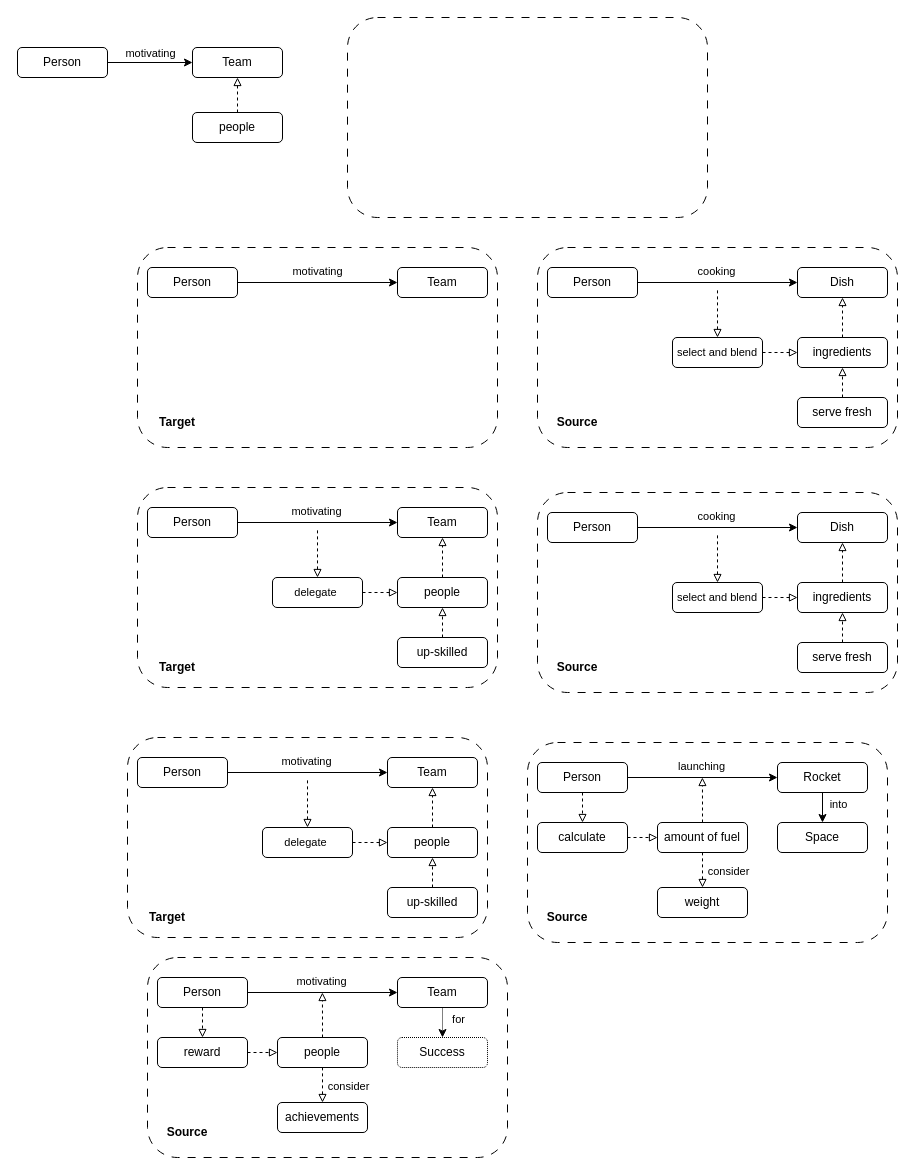
andymakesapps/diagrams keeps this draw.io diagram as KBAI_H3.drawio. Above is the earlier version. Source tidied: cells renumbered, new cells numbered last; positions are measured from the earlier drawing's top-left corner, leaving out a move shared by most shapes. Both pictures are drawn from the tidied source at 100%, with x=0, y=0 at pixel (17, 17).
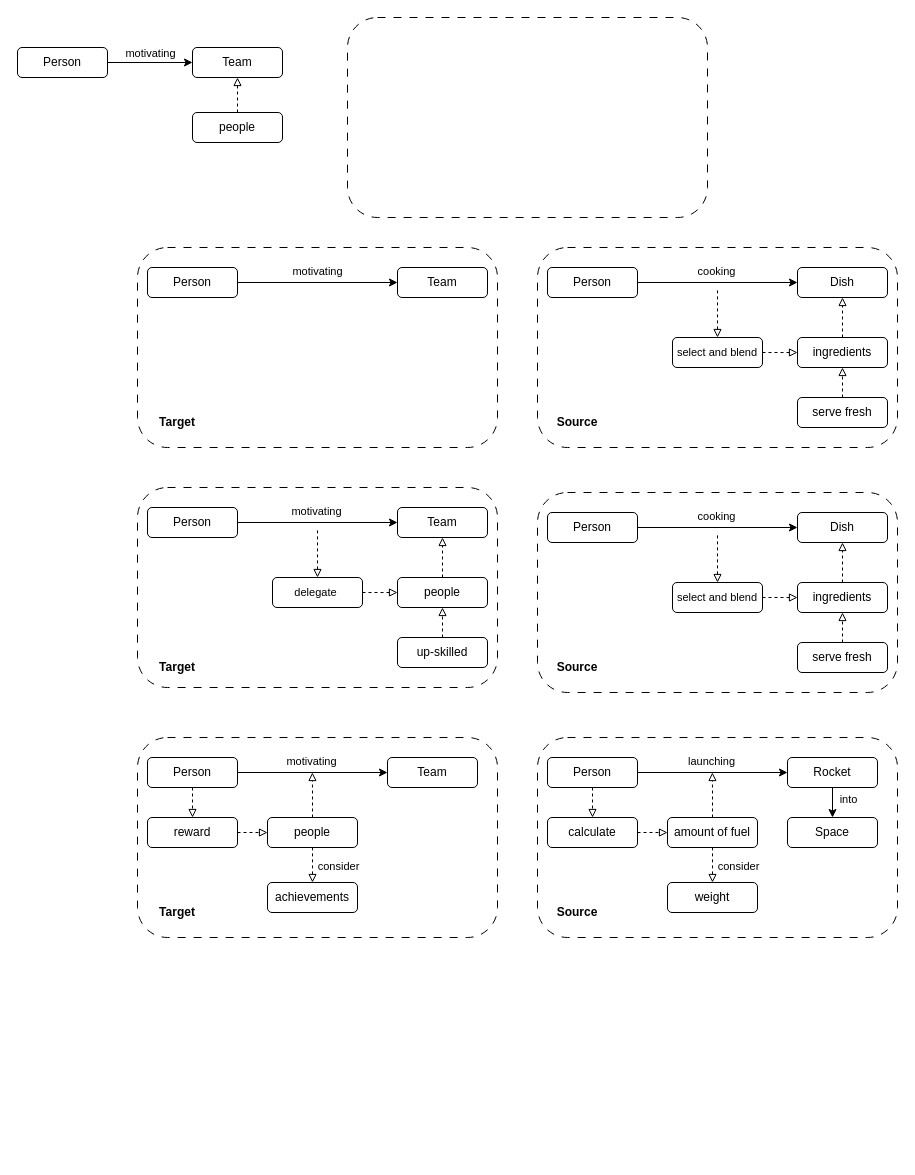
After the change.

Change to the diagram source:
```diff
@@
-    <mxCell id="49" style="rounded=1;whiteSpace=wrap;html=1;fillColor=none;dashed=1;strokeColor=default;dashPattern=8 8;" parent="1" vertex="1">
-      <mxGeometry x="110" y="720" width="360" height="200" as="geometry" />
-    </mxCell>
-    <mxCell id="50" value="motivating" style="edgeStyle=orthogonalEdgeStyle;rounded=0;jettySize=auto;html=1;exitX=1;exitY=0.5;exitDx=0;exitDy=0;entryX=0;entryY=0.5;entryDx=0;entryDy=0;" parent="1" edge="1" source="51" target="52">
-      <mxGeometry x="-0.01" y="11" relative="1" as="geometry" />
-    </mxCell>
-    <mxCell id="51" value="Person" style="rounded=1;whiteSpace=wrap;html=1;" parent="1" vertex="1">
-      <mxGeometry x="120" y="740" width="90" height="30" as="geometry" />
-    </mxCell>
-    <mxCell id="52" value="Team" style="rounded=1;whiteSpace=wrap;html=1;" parent="1" vertex="1">
-      <mxGeometry x="370" y="740" width="90" height="30" as="geometry" />
-    </mxCell>
-    <mxCell id="53" style="edgeStyle=orthogonalEdgeStyle;rounded=0;jettySize=auto;html=1;exitX=0.5;exitY=0;exitDx=0;exitDy=0;entryX=0.5;entryY=1;entryDx=0;entryDy=0;dashed=1;endArrow=block;endFill=0;" parent="1" edge="1" source="54" target="52">
-      <mxGeometry relative="1" as="geometry" />
-    </mxCell>
-    <mxCell id="54" value="people" style="rounded=1;whiteSpace=wrap;html=1;" parent="1" vertex="1">
-      <mxGeometry x="370" y="810" width="90" height="30" as="geometry" />
-    </mxCell>
-    <mxCell id="55" style="edgeStyle=orthogonalEdgeStyle;rounded=0;jettySize=auto;html=1;exitX=0.5;exitY=0;exitDx=0;exitDy=0;startArrow=block;startFill=0;endArrow=none;endFill=0;dashed=1;" parent="1" edge="1" source="57">
-      <mxGeometry relative="1" as="geometry">
-        <mxPoint x="290" y="760" as="targetPoint" />
-      </mxGeometry>
-    </mxCell>
-    <mxCell id="56" style="edgeStyle=orthogonalEdgeStyle;rounded=0;jettySize=auto;html=1;exitX=1;exitY=0.5;exitDx=0;exitDy=0;entryX=0;entryY=0.5;entryDx=0;entryDy=0;endArrow=block;endFill=0;dashed=1;" parent="1" edge="1" source="57" target="54">
-      <mxGeometry relative="1" as="geometry" />
-    </mxCell>
-    <mxCell id="57" value="&lt;font style=&quot;font-size: 11px;&quot;&gt;delegate&amp;nbsp;&lt;/font&gt;" style="rounded=1;whiteSpace=wrap;html=1;" parent="1" vertex="1">
-      <mxGeometry x="245" y="810" width="90" height="30" as="geometry" />
-    </mxCell>
-    <mxCell id="58" style="edgeStyle=orthogonalEdgeStyle;rounded=0;jettySize=auto;html=1;exitX=0.5;exitY=0;exitDx=0;exitDy=0;dashed=1;endArrow=block;endFill=0;entryX=0.5;entryY=1;entryDx=0;entryDy=0;" parent="1" edge="1" source="59" target="54">
-      <mxGeometry relative="1" as="geometry" />
-    </mxCell>
-    <mxCell id="59" value="up-skilled" style="rounded=1;whiteSpace=wrap;html=1;" parent="1" vertex="1">
-      <mxGeometry x="370" y="870" width="90" height="30" as="geometry" />
-    </mxCell>
     <mxCell id="60" style="rounded=1;whiteSpace=wrap;html=1;fillColor=none;dashed=1;strokeColor=default;dashPattern=8 8;" parent="1" vertex="1">
-      <mxGeometry x="510" y="725" width="360" height="200" as="geometry" />
+      <mxGeometry x="520" y="720" width="360" height="200" as="geometry" />
     </mxCell>
@@
     <mxCell id="63" value="Person" style="rounded=1;whiteSpace=wrap;html=1;" parent="1" vertex="1">
-      <mxGeometry x="520" y="745" width="90" height="30" as="geometry" />
+      <mxGeometry x="530" y="740" width="90" height="30" as="geometry" />
     </mxCell>
@@
     <mxCell id="66" value="Rocket" style="rounded=1;whiteSpace=wrap;html=1;" parent="1" vertex="1">
-      <mxGeometry x="760" y="745" width="90" height="30" as="geometry" />
+      <mxGeometry x="770" y="740" width="90" height="30" as="geometry" />
     </mxCell>
     <mxCell id="67" value="&lt;b&gt;Source&lt;/b&gt;" style="text;html=1;strokeColor=none;fillColor=none;align=center;verticalAlign=middle;whiteSpace=wrap;rounded=0;" parent="1" vertex="1">
-      <mxGeometry x="520" y="885" width="60" height="30" as="geometry" />
+      <mxGeometry x="530" y="880" width="60" height="30" as="geometry" />
     </mxCell>
-    <mxCell id="68" value="&lt;b&gt;Target&lt;/b&gt;" style="text;html=1;strokeColor=none;fillColor=none;align=center;verticalAlign=middle;whiteSpace=wrap;rounded=0;" parent="1" vertex="1">
-      <mxGeometry x="120" y="885" width="60" height="30" as="geometry" />
-    </mxCell>
     <mxCell id="69" value="Space" style="rounded=1;whiteSpace=wrap;html=1;" parent="1" vertex="1">
-      <mxGeometry x="760" y="805" width="90" height="30" as="geometry" />
+      <mxGeometry x="770" y="800" width="90" height="30" as="geometry" />
     </mxCell>
@@
     <mxCell id="71" value="calculate" style="rounded=1;whiteSpace=wrap;html=1;" parent="1" vertex="1">
-      <mxGeometry x="520" y="805" width="90" height="30" as="geometry" />
+      <mxGeometry x="530" y="800" width="90" height="30" as="geometry" />
     </mxCell>
     <mxCell id="72" style="edgeStyle=orthogonalEdgeStyle;rounded=0;jettySize=auto;html=1;exitX=0.5;exitY=0;exitDx=0;exitDy=0;dashed=1;endArrow=block;endFill=0;" parent="1" edge="1" source="73">
       <mxGeometry relative="1" as="geometry">
-        <mxPoint x="684.9" y="760" as="targetPoint" />
+        <mxPoint x="694.9" y="755" as="targetPoint" />
       </mxGeometry>
     </mxCell>
     <mxCell id="73" value="amount of fuel" style="rounded=1;whiteSpace=wrap;html=1;" parent="1" vertex="1">
-      <mxGeometry x="640" y="805" width="90" height="30" as="geometry" />
+      <mxGeometry x="650" y="800" width="90" height="30" as="geometry" />
     </mxCell>
@@
     <mxCell id="76" value="weight" style="rounded=1;whiteSpace=wrap;html=1;" parent="1" vertex="1">
-      <mxGeometry x="640" y="870" width="90" height="30" as="geometry" />
+      <mxGeometry x="650" y="865" width="90" height="30" as="geometry" />
     </mxCell>
     <mxCell id="77" style="rounded=1;whiteSpace=wrap;html=1;fillColor=none;dashed=1;strokeColor=default;dashPattern=8 8;" parent="1" vertex="1">
-      <mxGeometry x="130" y="940" width="360" height="200" as="geometry" />
+      <mxGeometry x="120" y="720" width="360" height="200" as="geometry" />
     </mxCell>
@@
     <mxCell id="80" value="Person" style="rounded=1;whiteSpace=wrap;html=1;" parent="1" vertex="1">
-      <mxGeometry x="140" y="960" width="90" height="30" as="geometry" />
+      <mxGeometry x="130" y="740" width="90" height="30" as="geometry" />
     </mxCell>
-    <mxCell id="81" style="edgeStyle=orthogonalEdgeStyle;rounded=0;jettySize=auto;html=1;exitX=0.5;exitY=1;exitDx=0;exitDy=0;entryX=0.5;entryY=0;entryDx=0;entryDy=0;dashed=1;dashPattern=1 1;" parent="1" edge="1" source="83" target="85">
-      <mxGeometry relative="1" as="geometry" />
-    </mxCell>
-    <mxCell id="82" value="for" style="edgeLabel;html=1;align=center;verticalAlign=middle;" parent="81" vertex="1">
-      <mxGeometry x="-0.27" relative="1" as="geometry">
-        <mxPoint x="15" as="offset" />
-      </mxGeometry>
-    </mxCell>
     <mxCell id="83" value="Team" style="rounded=1;whiteSpace=wrap;html=1;" parent="1" vertex="1">
-      <mxGeometry x="380" y="960" width="90" height="30" as="geometry" />
+      <mxGeometry x="370" y="740" width="90" height="30" as="geometry" />
     </mxCell>
-    <mxCell id="84" value="&lt;b&gt;Source&lt;/b&gt;" style="text;html=1;strokeColor=none;fillColor=none;align=center;verticalAlign=middle;whiteSpace=wrap;rounded=0;" parent="1" vertex="1">
-      <mxGeometry x="140" y="1100" width="60" height="30" as="geometry" />
+    <mxCell id="84" value="&lt;b&gt;Target&lt;/b&gt;" style="text;html=1;strokeColor=none;fillColor=none;align=center;verticalAlign=middle;whiteSpace=wrap;rounded=0;" parent="1" vertex="1">
+      <mxGeometry x="130" y="880" width="60" height="30" as="geometry" />
     </mxCell>
-    <mxCell id="85" value="Success" style="rounded=1;whiteSpace=wrap;html=1;dashed=1;dashPattern=1 1;" parent="1" vertex="1">
-      <mxGeometry x="380" y="1020" width="90" height="30" as="geometry" />
-    </mxCell>
@@
     <mxCell id="87" value="reward" style="rounded=1;whiteSpace=wrap;html=1;" parent="1" vertex="1">
-      <mxGeometry x="140" y="1020" width="90" height="30" as="geometry" />
+      <mxGeometry x="130" y="800" width="90" height="30" as="geometry" />
     </mxCell>
     <mxCell id="88" style="edgeStyle=orthogonalEdgeStyle;rounded=0;jettySize=auto;html=1;exitX=0.5;exitY=0;exitDx=0;exitDy=0;dashed=1;endArrow=block;endFill=0;" parent="1" edge="1" source="89">
       <mxGeometry relative="1" as="geometry">
-        <mxPoint x="304.9" y="975" as="targetPoint" />
+        <mxPoint x="294.9" y="755" as="targetPoint" />
       </mxGeometry>
     </mxCell>
     <mxCell id="89" value="people" style="rounded=1;whiteSpace=wrap;html=1;" parent="1" vertex="1">
-      <mxGeometry x="260" y="1020" width="90" height="30" as="geometry" />
+      <mxGeometry x="250" y="800" width="90" height="30" as="geometry" />
     </mxCell>
@@
     <mxCell id="92" value="achievements" style="rounded=1;whiteSpace=wrap;html=1;" parent="1" vertex="1">
-      <mxGeometry x="260" y="1085" width="90" height="30" as="geometry" />
+      <mxGeometry x="250" y="865" width="90" height="30" as="geometry" />
     </mxCell>
```
